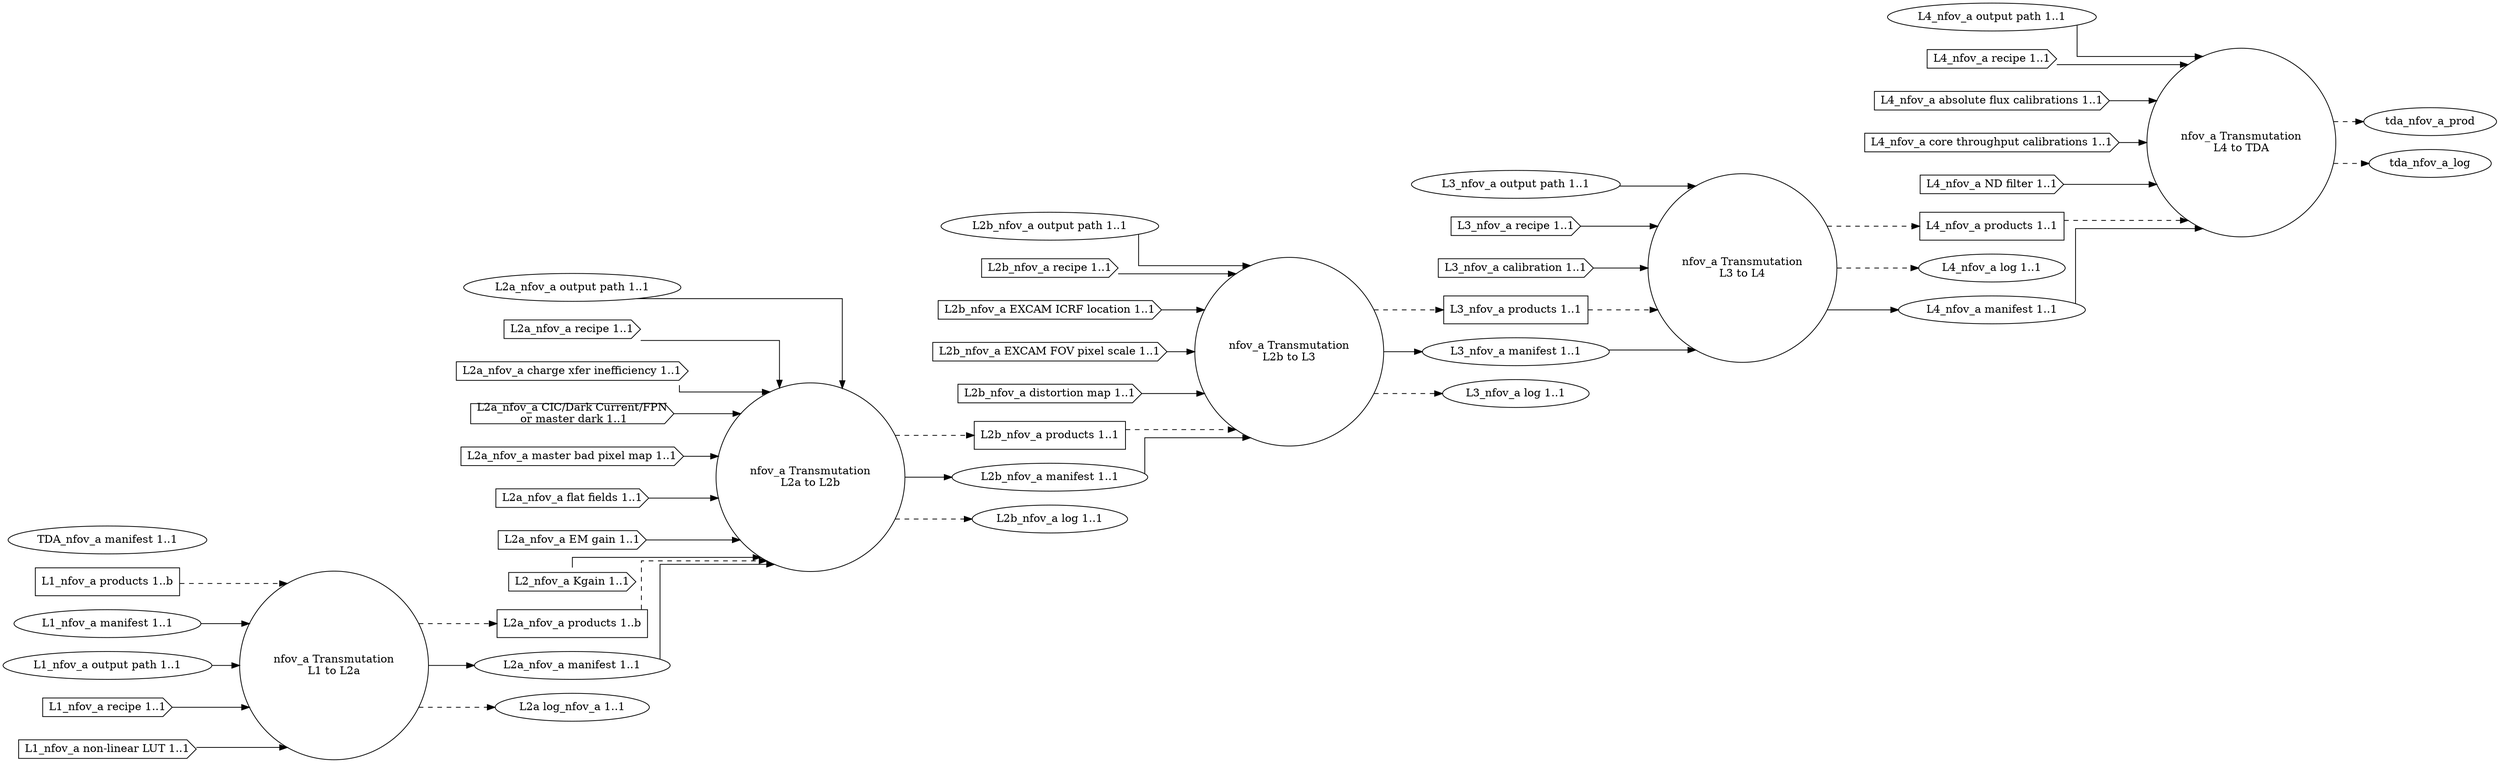
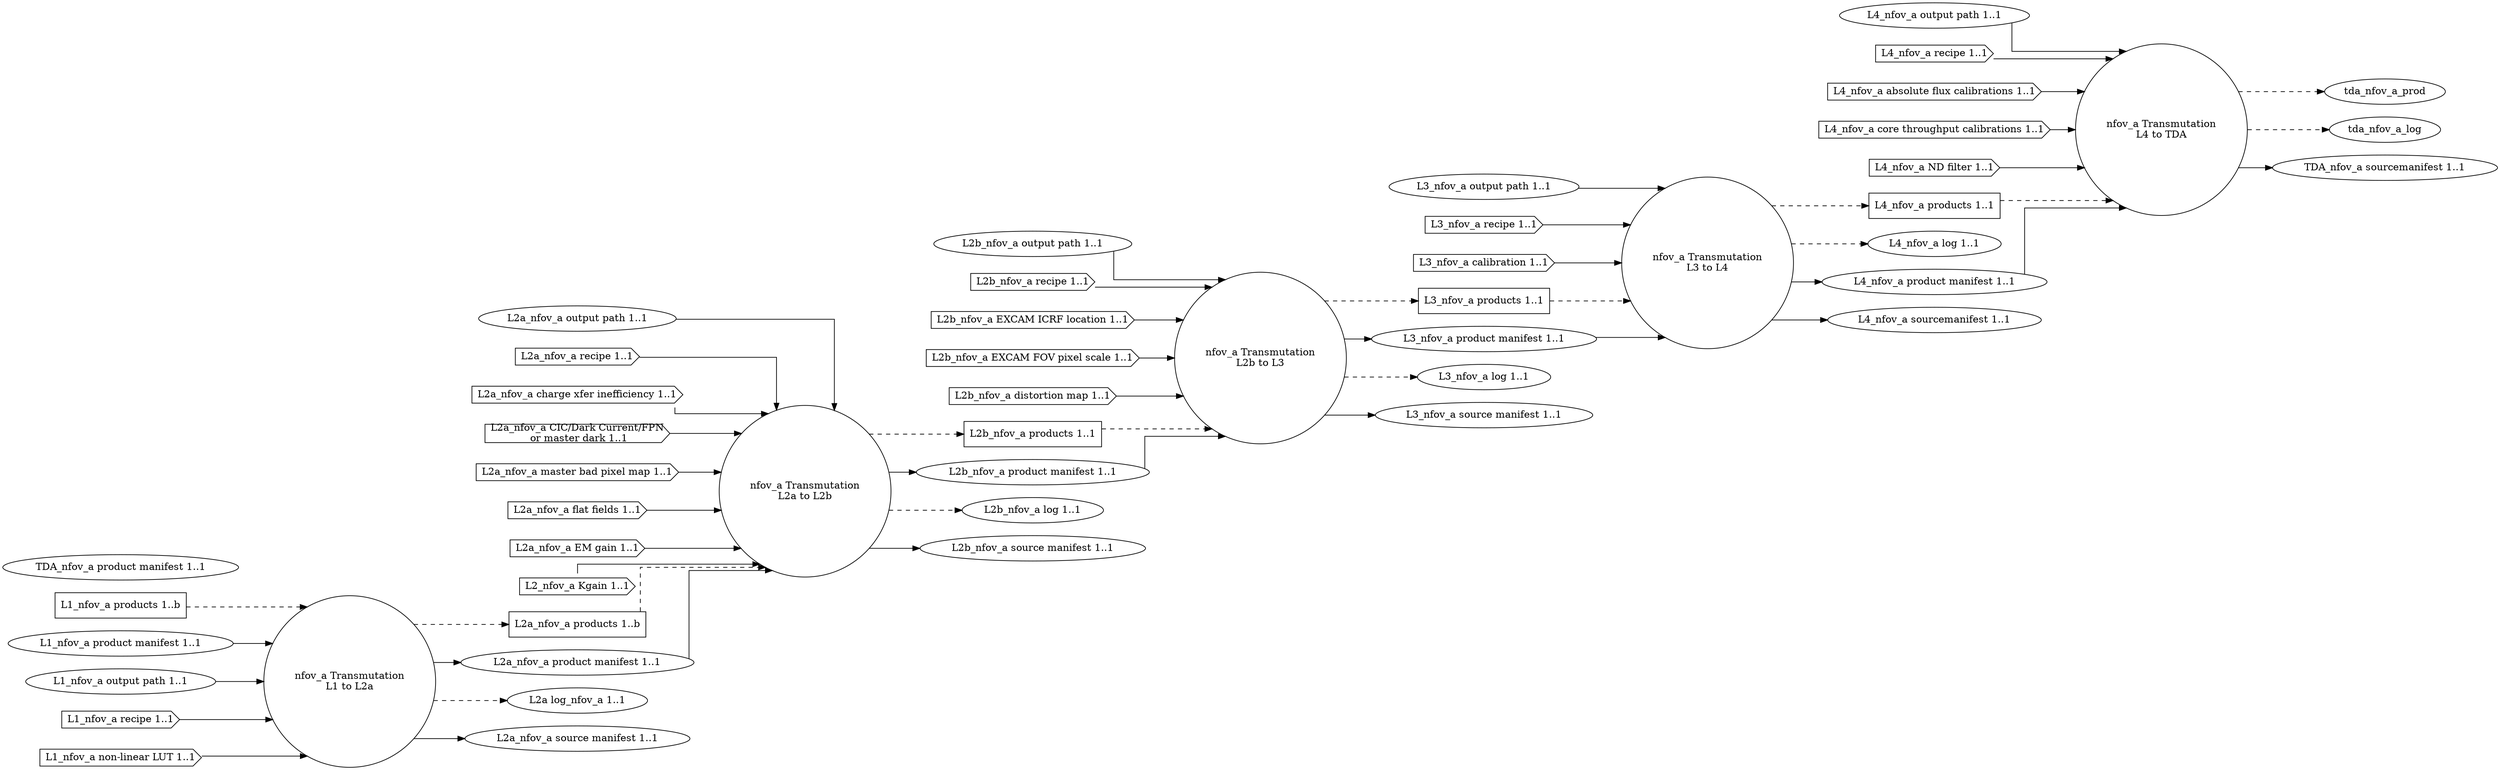
digraph NarrowFieldOfViewAnalog {
graph [splines="ortho", rankdir=LR];
trans_nfov_a_l1_l2a [label="nfov_a Transmutation\nL1 to L2a", shape="circle", runname="l1.transmutation_nfov_a", runtype="dawgie.Algorithm", fsmtype="dip.base.Runner"];
trans_nfov_a_l2a_l2b [label="nfov_a Transmutation\nL2a to L2b", shape="circle", runname="l2a.transmutation_nfov_a", runtype="dawgie.Algorithm", fsmtype="dip.base.Runner"];
trans_nfov_a_l2b_l3 [label="nfov_a Transmutation\nL2b to L3", shape="circle", runname="l2b.transmutation_nfov_a", runtype="dawgie.Algorithm", fsmtype="dip.base.Runner"];
trans_nfov_a_l3_l4 [label="nfov_a Transmutation\nL3 to L4", shape="circle", runname="l3.transmutation_nfov_a", runtype="dawgie.Algorithm", fsmtype="dip.base.Runner"];
trans_nfov_a_l4_tda [label="nfov_a Transmutation\nL4 to TDA", shape="circle", runname="l4.transmutation_nfov_a", runtype="dawgie.Algorithm", fsmtype="dip.base.Runner"];
l1_nfov_a_prod [label="L1_nfov_a products 1..b", shape="rectangle"];
- l1_nfov_a_man [label="L1_nfov_a manifest 1..1", shape="ellipse"];
+ l1_nfov_a_man [label="L1_nfov_a product manifest 1..1", shape="ellipse"];
l1_nfov_a_odir [label="L1_nfov_a output path 1..1", shape="ellipse"];
l1_nfov_a_rec [label="L1_nfov_a recipe 1..1", shape="cds"];
l1_nfov_a_nllut [label="L1_nfov_a non-linear LUT 1..1", shape="cds"];
l2a_nfov_a_prod [label="L2a_nfov_a products 1..b", shape="rectangle"];
- l2a_nfov_a_man [label="L2a_nfov_a manifest 1..1", shape="ellipse", valname="l1.transmutation_nfov_a.product.manifest", valtype="dip.base.Manifest"];
+ l2a_nfov_a_man [label="L2a_nfov_a product manifest 1..1", shape="ellipse", valname="l1.transmutation_nfov_a.product.manifest", valtype="dip.base.Manifest"];
l2a_nfov_a_odir [label="L2a_nfov_a output path 1..1", shape="ellipse"];
l2a_nfov_a_rec [label="L2a_nfov_a recipe 1..1", shape="cds"];
l2a_nfov_a_cti [label="L2a_nfov_a charge xfer inefficiency 1..1", shape="cds"];
l2a_nfov_a_dnb [label="L2a_nfov_a CIC/Dark Current/FPN\n or master dark 1..1", shape="cds"];
l2a_nfov_a_mbpm [label="L2a_nfov_a master bad pixel map 1..1", shape="cds"];
l2a_nfov_a_ff [label="L2a_nfov_a flat fields 1..1", shape="cds"];
l2a_nfov_a_emg [label="L2a_nfov_a EM gain 1..1", shape="cds"];
l2a_nfov_a_kgain [label="L2_nfov_a Kgain 1..1", shape="cds"];
l2a_nfov_a_log [label="L2a log_nfov_a 1..1", shape="ellipse"];
l2b_nfov_a_prod [label="L2b_nfov_a products 1..1", shape="rectangle"];
- l2b_nfov_a_man [label="L2b_nfov_a manifest 1..1", shape="ellipse", valname="l2a.transmutation_nfov_a.product.manifest", valtype="dip.base.Manifest"];
+ l2b_nfov_a_man [label="L2b_nfov_a product manifest 1..1", shape="ellipse", valname="l2a.transmutation_nfov_a.product.manifest", valtype="dip.base.Manifest"];
l2b_nfov_a_odir [label="L2b_nfov_a output path 1..1", shape="ellipse"];
l2b_nfov_a_rec [label="L2b_nfov_a recipe 1..1", shape="cds"];
l2b_nfov_a_excicrf [label="L2b_nfov_a EXCAM ICRF location 1..1", shape="cds"];
l2b_nfov_a_excfovps [label="L2b_nfov_a EXCAM FOV pixel scale 1..1", shape="cds"];
l2b_nfov_a_distm [label="L2b_nfov_a distortion map 1..1", shape="cds"];
l2b_nfov_a_log [label="L2b_nfov_a log 1..1", shape="ellipse"];
l3_nfov_a_prod [label="L3_nfov_a products 1..1", shape="rectangle"];
l3_nfov_a_odir [label="L3_nfov_a output path 1..1", shape="ellipse"];
- l3_nfov_a_man [label="L3_nfov_a manifest 1..1", shape="ellipse", valname="l2b.transmutation_nfov_a.product.manifest", valtype="dip.base.Manifest"];
+ l3_nfov_a_man [label="L3_nfov_a product manifest 1..1", shape="ellipse", valname="l2b.transmutation_nfov_a.product.manifest", valtype="dip.base.Manifest"];
l3_nfov_a_rec [label="L3_nfov_a recipe 1..1", shape="cds"];
l3_nfov_a_cal [label="L3_nfov_a calibration 1..1", shape="cds"];
l3_nfov_a_log [label="L3_nfov_a log 1..1", shape="ellipse"];
l4_nfov_a_prod [label="L4_nfov_a products 1..1", shape="rectangle"];
l4_nfov_a_odir [label="L4_nfov_a output path 1..1", shape="ellipse"];
l4_nfov_a_log [label="L4_nfov_a log 1..1", shape="ellipse"];
- l4_nfov_a_man [label="L4_nfov_a manifest 1..1", shape="ellipse", valname="l3.transmutation_nfov_a.product.manifest", valtype="dip.base.Manifest"];
+ l4_nfov_a_man [label="L4_nfov_a product manifest 1..1", shape="ellipse", valname="l3.transmutation_nfov_a.product.manifest", valtype="dip.base.Manifest"];
l4_nfov_a_rec [label="L4_nfov_a recipe 1..1", shape="cds"];
l4_nfov_a_afcal [label="L4_nfov_a absolute flux calibrations 1..1", shape="cds"];
l4_nfov_a_ctcal [label="L4_nfov_a core throughput calibrations 1..1", shape="cds"];
l4_nfov_a_ndfilt [label="L4_nfov_a ND filter 1..1", shape="cds"];
- tda_nfov_a_man [label="TDA_nfov_a manifest 1..1", shape="ellipse", valname="l4.transmutation_nfov_a.product.manifest", valtype="dip.base.Manifest"];
+ tda_nfov_a_man [label="TDA_nfov_a product manifest 1..1", shape="ellipse", valname="l4.transmutation_nfov_a.product.manifest", valtype="dip.base.Manifest"];
l1_nfov_a_prod -> trans_nfov_a_l1_l2a [style="dashed"];
l1_nfov_a_man -> trans_nfov_a_l1_l2a;
l1_nfov_a_odir -> trans_nfov_a_l1_l2a;
l1_nfov_a_rec -> trans_nfov_a_l1_l2a;
l1_nfov_a_nllut -> trans_nfov_a_l1_l2a;
trans_nfov_a_l1_l2a -> l2a_nfov_a_prod [style="dashed"];
trans_nfov_a_l1_l2a -> l2a_nfov_a_man;
trans_nfov_a_l1_l2a -> l2a_nfov_a_log [style="dashed"];
l2a_nfov_a_prod -> trans_nfov_a_l2a_l2b [style="dashed"];
l2a_nfov_a_kgain -> trans_nfov_a_l2a_l2b;
l2a_nfov_a_odir -> trans_nfov_a_l2a_l2b;
l2a_nfov_a_rec -> trans_nfov_a_l2a_l2b;
l2a_nfov_a_cti -> trans_nfov_a_l2a_l2b;
l2a_nfov_a_dnb -> trans_nfov_a_l2a_l2b;
l2a_nfov_a_mbpm -> trans_nfov_a_l2a_l2b;
l2a_nfov_a_ff -> trans_nfov_a_l2a_l2b;
l2a_nfov_a_emg -> trans_nfov_a_l2a_l2b;
trans_nfov_a_l2a_l2b -> l2b_nfov_a_prod [style="dashed"];
trans_nfov_a_l2a_l2b -> l2b_nfov_a_man;
trans_nfov_a_l2a_l2b -> l2b_nfov_a_log [style="dashed"];
l2a_nfov_a_man -> trans_nfov_a_l2a_l2b;
l2b_nfov_a_prod -> trans_nfov_a_l2b_l3 [style="dashed"];
l2b_nfov_a_man -> trans_nfov_a_l2b_l3;
l2b_nfov_a_odir -> trans_nfov_a_l2b_l3;
l2b_nfov_a_rec -> trans_nfov_a_l2b_l3;
l2b_nfov_a_excicrf -> trans_nfov_a_l2b_l3;
l2b_nfov_a_excfovps -> trans_nfov_a_l2b_l3;
l2b_nfov_a_distm -> trans_nfov_a_l2b_l3;
trans_nfov_a_l2b_l3 -> l3_nfov_a_prod [style="dashed"];
trans_nfov_a_l2b_l3 -> l3_nfov_a_man;
trans_nfov_a_l2b_l3 -> l3_nfov_a_log [style="dashed"];
l3_nfov_a_prod -> trans_nfov_a_l3_l4 [style="dashed"];
l3_nfov_a_man -> trans_nfov_a_l3_l4;
l3_nfov_a_odir -> trans_nfov_a_l3_l4;
l3_nfov_a_rec -> trans_nfov_a_l3_l4;
l3_nfov_a_cal -> trans_nfov_a_l3_l4;
trans_nfov_a_l3_l4 -> l4_nfov_a_prod [style="dashed"];
trans_nfov_a_l3_l4 -> l4_nfov_a_log [style="dashed"];
trans_nfov_a_l3_l4 -> l4_nfov_a_man;
l4_nfov_a_prod -> trans_nfov_a_l4_tda [style="dashed"];
l4_nfov_a_man -> trans_nfov_a_l4_tda;
l4_nfov_a_odir -> trans_nfov_a_l4_tda;
l4_nfov_a_rec -> trans_nfov_a_l4_tda;
l4_nfov_a_afcal -> trans_nfov_a_l4_tda;
l4_nfov_a_ctcal -> trans_nfov_a_l4_tda;
l4_nfov_a_ndfilt -> trans_nfov_a_l4_tda;
trans_nfov_a_l4_tda -> tda_nfov_a_prod [style="dashed"];
trans_nfov_a_l4_tda -> tda_nfov_a_log [style="dashed"];
+ 
+ l2a_nfov_a_src [label="L2a_nfov_a source manifest 1..1", shape="ellipse", valname="l1.transmutation_nfov_a.source.manifest", valtype="dip.base.Manifest"];
+ l2b_nfov_a_src [label="L2b_nfov_a source manifest 1..1", shape="ellipse", valname="l2a.transmutation_nfov_a.source.manifest", valtype="dip.base.Manifest"];
+ l3_nfov_a_src [label="L3_nfov_a source manifest 1..1", shape="ellipse", valname="l2b.transmutation_nfov_a.source.manifest", valtype="dip.base.Manifest"];
+ l4_nfov_a_src [label="L4_nfov_a sourcemanifest 1..1", shape="ellipse", valname="l3.transmutation_nfov_a.source.manifest", valtype="dip.base.Manifest"];
+ tda_nfov_a_src [label="TDA_nfov_a sourcemanifest 1..1", shape="ellipse", valname="l4.transmutation_nfov_a.source.manifest", valtype="dip.base.Manifest"];
+ trans_nfov_a_l1_l2a -> l2a_nfov_a_src;
+ trans_nfov_a_l2a_l2b -> l2b_nfov_a_src;
+ trans_nfov_a_l2b_l3 -> l3_nfov_a_src;
+ trans_nfov_a_l3_l4 -> l4_nfov_a_src;
+ trans_nfov_a_l4_tda -> tda_nfov_a_src;
}
